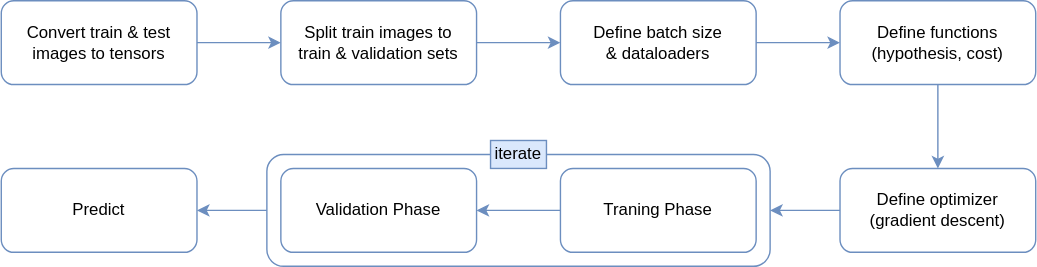
The draw.io diagram images/logistic_regression.svg in vuanhtuan1012/deep-learning-with-pytorch, before a commit. Source tidied: cells renumbered, new cells last; positions are measured from the earlier drawing's top-left corner, leaving out a move shared by most shapes.
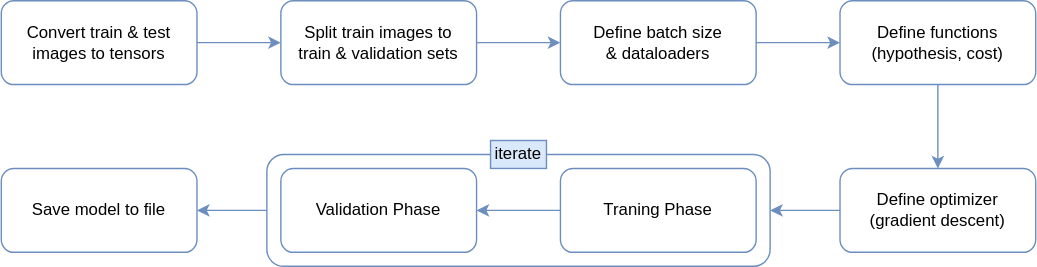
After the commit.

What changed in the source:
```diff
@@ -32,7 +32,7 @@
     <mxCell id="11" style="edgeStyle=orthogonalEdgeStyle;rounded=0;jettySize=auto;html=1;fillColor=#dae8fc;strokeColor=#6c8ebf;" parent="2" edge="1" source="8" target="10">
       <mxGeometry relative="1" as="geometry" />
     </mxCell>
-    <mxCell id="12" value="Predict" style="rounded=1;whiteSpace=wrap;html=1;strokeColor=#6c8ebf;fillColor=none;" parent="2" vertex="1">
+    <mxCell id="12" value="Save model to file" style="rounded=1;whiteSpace=wrap;html=1;strokeColor=#6c8ebf;fillColor=none;" parent="2" vertex="1">
       <mxGeometry y="120" width="140" height="60" as="geometry" />
     </mxCell>
     <mxCell id="13" style="edgeStyle=orthogonalEdgeStyle;rounded=0;jettySize=auto;html=1;fillColor=#dae8fc;strokeColor=#6c8ebf;" parent="2" edge="1" source="17" target="12">
```
